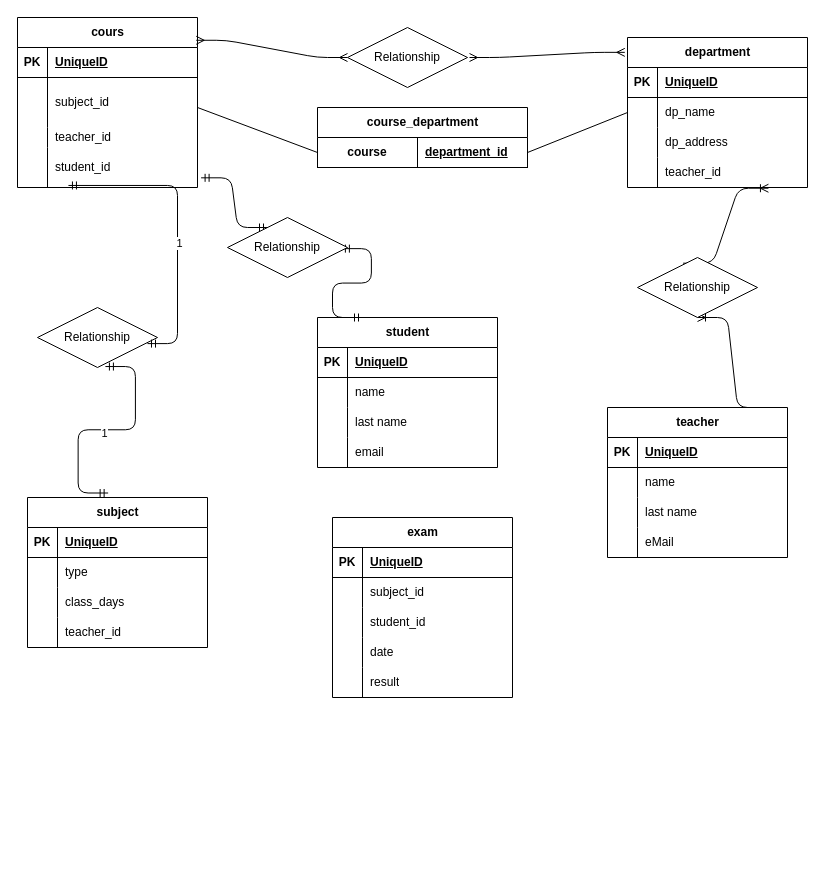
Above: tables.drawio in FrancescoSls97/db-university (draw.io), before the change. Source tidied: cells renumbered, new cells numbered last; positions are measured from the earlier drawing's top-left corner, leaving out a move shared by most shapes. Both pictures are drawn from the tidied source at 100%, with x=0, y=0 at pixel (17, 17).
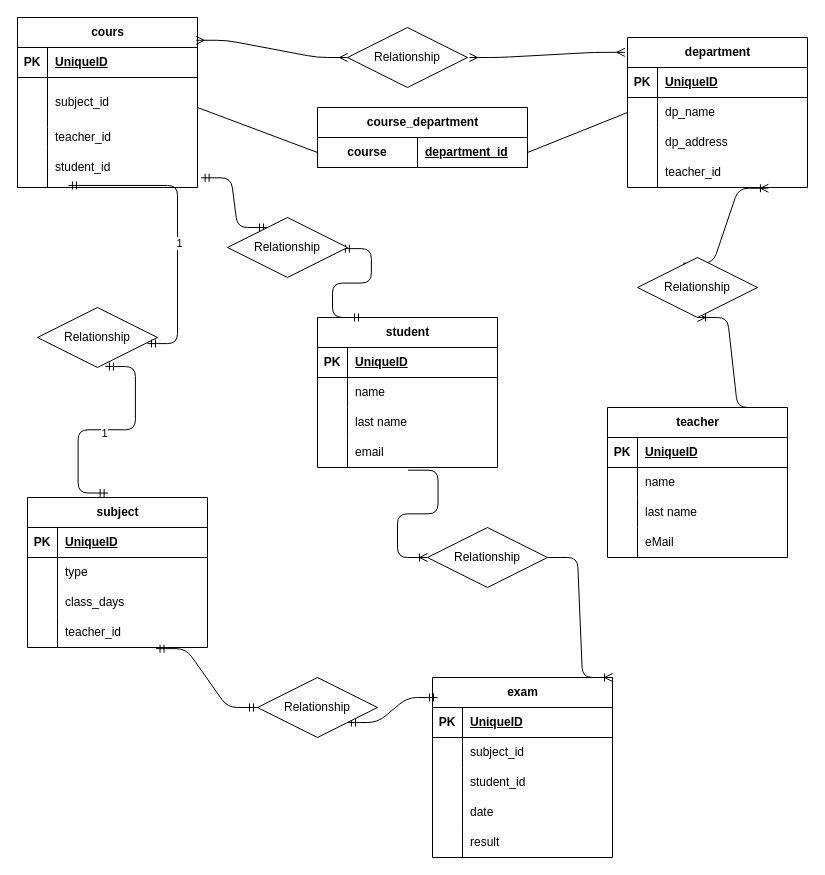
After the change.

Commit message (it also covers changes not shown here):
add subject-exam and student-exam relation to schema

The change refers to these unchanged cells:
```xml
<mxCell id="47" style="shape=tableRow;horizontal=0;startSize=0;swimlaneHead=0;swimlaneBody=0;fillColor=none;points=[[0,0.5],[1,0.5]];portConstraint=eastwest;top=0;left=0;right=0;bottom=0;" parent="37" vertex="1">
  <mxGeometry y="120" width="180" height="30" as="geometry" />
</mxCell>
<mxCell id="79" style="shape=tableRow;horizontal=0;startSize=0;swimlaneHead=0;swimlaneBody=0;fillColor=none;points=[[0,0.5],[1,0.5]];portConstraint=eastwest;top=0;left=0;right=0;bottom=0;" parent="69" vertex="1">
  <mxGeometry y="120" width="180" height="30" as="geometry" />
</mxCell>
```

Diff of the diagram source:
```diff
@@
     <mxCell id="87" value="exam" style="shape=table;startSize=30;childLayout=tableLayout;rowLines=0;fontStyle=1;align=center;html=1;" parent="1" vertex="1">
-      <mxGeometry x="315" y="500" width="180" height="180" as="geometry" />
+      <mxGeometry x="415" y="660" width="180" height="180" as="geometry" />
     </mxCell>
@@
+    <mxCell id="103" style="edgeStyle=entityRelationEdgeStyle;fontSize=12;html=1;endArrow=ERoneToMany;exitX=1;exitY=0.5;exitDx=0;exitDy=0;entryX=1;entryY=0;entryDx=0;entryDy=0;" parent="1" edge="1" source="105" target="87">
+      <mxGeometry relative="1" as="geometry" />
+    </mxCell>
+    <mxCell id="104" style="edgeStyle=entityRelationEdgeStyle;fontSize=12;html=1;endArrow=ERoneToMany;exitX=0.503;exitY=1.089;exitDx=0;exitDy=0;exitPerimeter=0;entryX=0;entryY=0.5;entryDx=0;entryDy=0;" parent="1" edge="1" source="79" target="105">
+      <mxGeometry relative="1" as="geometry" />
+    </mxCell>
+    <mxCell id="105" value="Relationship" style="shape=rhombus;perimeter=rhombusPerimeter;whiteSpace=wrap;html=1;align=center;" parent="1" vertex="1">
+      <mxGeometry x="410" y="510" width="120" height="60" as="geometry" />
+    </mxCell>
+    <mxCell id="106" style="edgeStyle=entityRelationEdgeStyle;fontSize=12;html=1;endArrow=ERmandOne;startArrow=ERmandOne;entryX=0.714;entryY=1.038;entryDx=0;entryDy=0;entryPerimeter=0;exitX=0;exitY=0.5;exitDx=0;exitDy=0;" parent="1" edge="1" source="108" target="47">
+      <mxGeometry relative="1" as="geometry" />
+    </mxCell>
+    <mxCell id="107" style="edgeStyle=entityRelationEdgeStyle;fontSize=12;html=1;endArrow=ERmandOne;startArrow=ERmandOne;entryX=1;entryY=1;entryDx=0;entryDy=0;exitX=0.028;exitY=0.111;exitDx=0;exitDy=0;exitPerimeter=0;" parent="1" edge="1" source="87" target="108">
+      <mxGeometry relative="1" as="geometry" />
+    </mxCell>
+    <mxCell id="108" value="Relationship" style="shape=rhombus;perimeter=rhombusPerimeter;whiteSpace=wrap;html=1;align=center;" parent="1" vertex="1">
+      <mxGeometry x="240" y="660" width="120" height="60" as="geometry" />
+    </mxCell>
```
